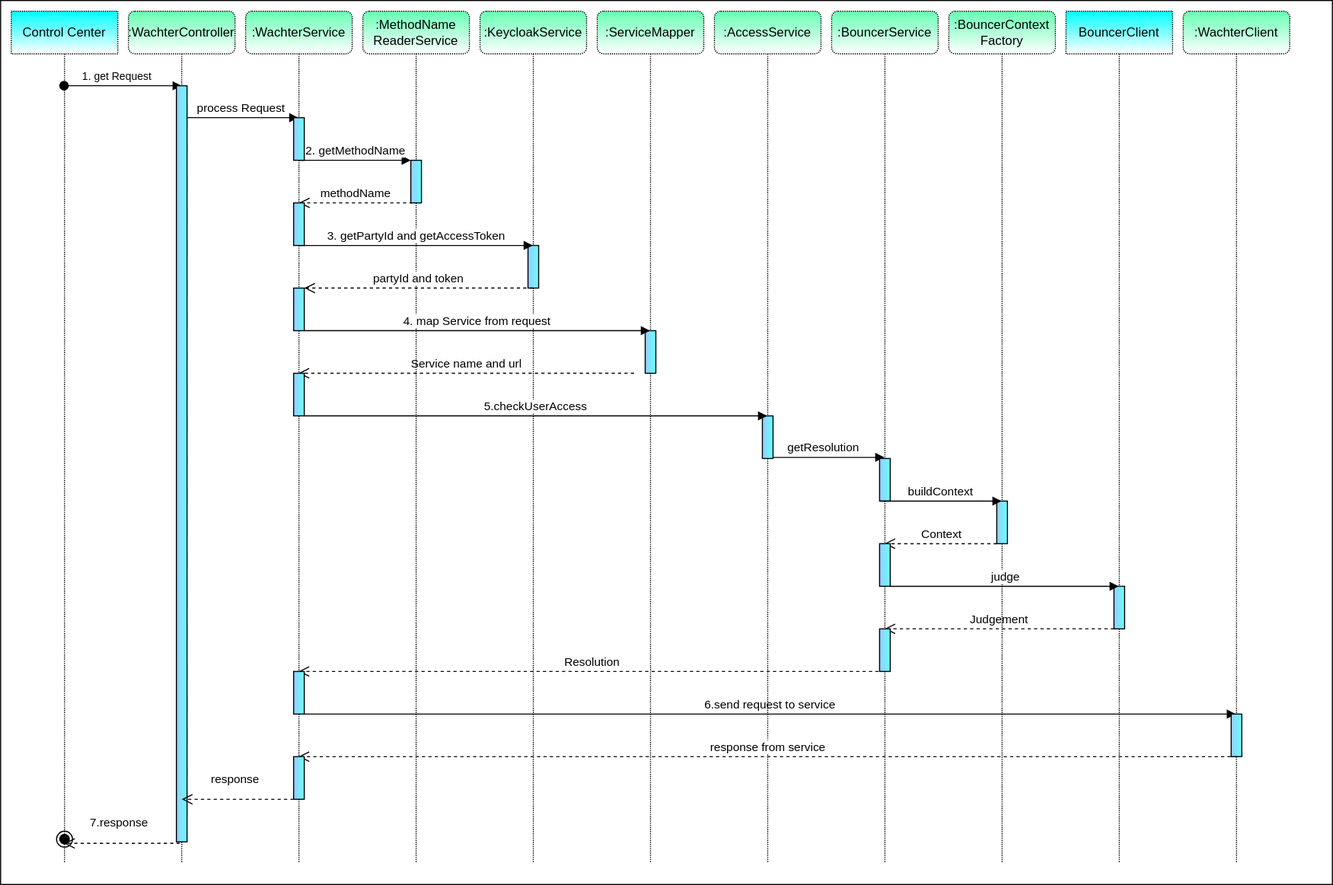
Above: doc/diagram-wachter.svg in valitydev/wachter (draw.io), before the change. Source tidied: cells renumbered, new cells last; positions are measured from the earlier drawing's top-left corner, leaving out a move shared by most shapes.
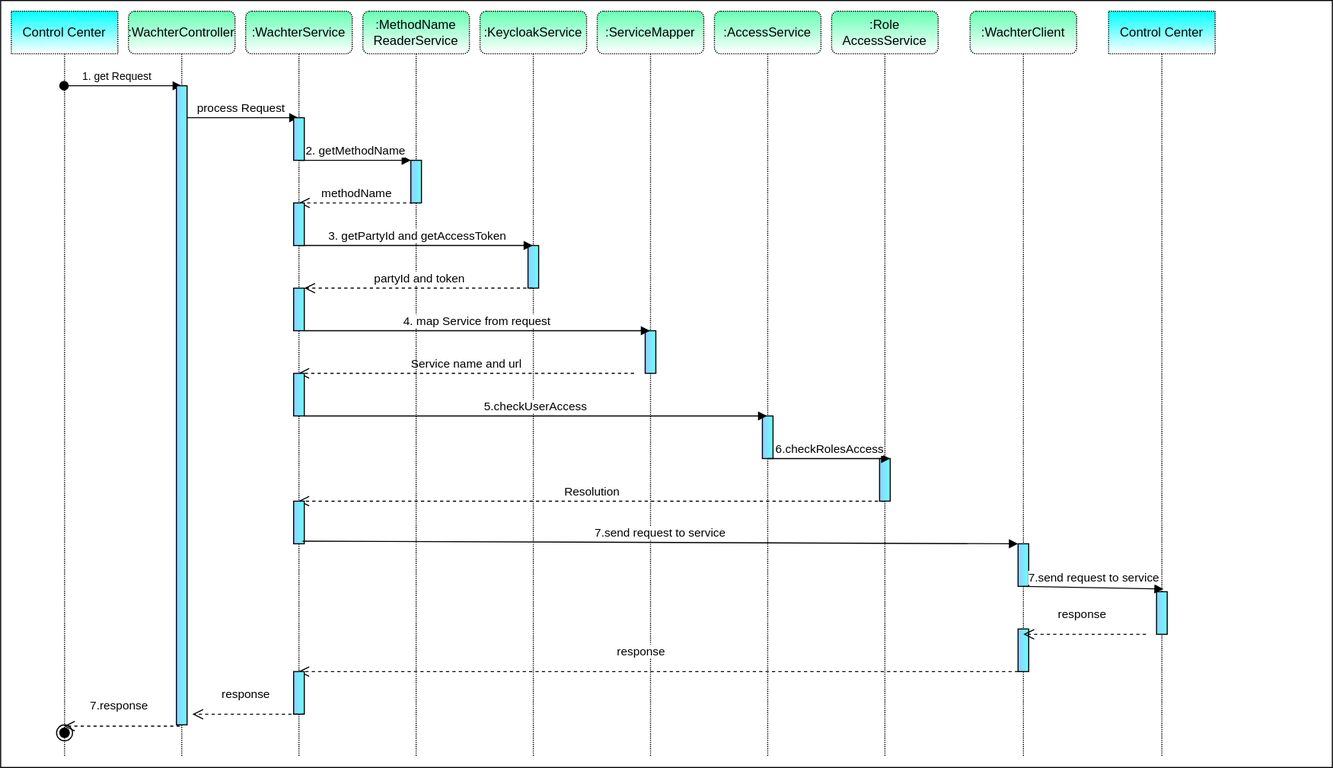
Later version of the same file.

Commit message:
OPS-176: Upd readme

Diff of the diagram source:
```diff
@@ -3,30 +3,28 @@
     <mxCell id="0" />
     <mxCell id="1" parent="0" />
     <mxCell id="2" style="rounded=0;whiteSpace=wrap;html=1;strokeColor=default;" parent="1" vertex="1">
-      <mxGeometry width="1250" height="830" as="geometry" />
+      <mxGeometry width="1250" height="720" as="geometry" />
     </mxCell>
     <mxCell id="3" value=":ServiceMapper" style="shape=umlLifeline;perimeter=lifelinePerimeter;whiteSpace=wrap;html=1;outlineConnect=0;fillColor=#66FFB3;gradientColor=#ffffff;rounded=1;dashed=1;dashPattern=1 1;" parent="1" vertex="1">
-      <mxGeometry x="560" y="10" width="100" height="800" as="geometry" />
+      <mxGeometry x="560" y="10" width="100" height="700" as="geometry" />
     </mxCell>
     <mxCell id="4" style="html=1;perimeter=orthogonalPerimeter;fillColor=#99CCFF;gradientColor=#66FFFF;gradientDirection=east;" parent="3" vertex="1">
       <mxGeometry x="45" y="300" width="10" height="40" as="geometry" />
     </mxCell>
-    <mxCell id="5" value="6.send request to service" style="html=1;verticalAlign=bottom;endArrow=block;" parent="3" edge="1" target="6">
-      <mxGeometry relative="1" as="geometry">
-        <mxPoint x="-275" y="660" as="sourcePoint" />
-      </mxGeometry>
-    </mxCell>
     <mxCell id="6" value=":WachterClient" style="shape=umlLifeline;perimeter=lifelinePerimeter;whiteSpace=wrap;html=1;outlineConnect=0;fillColor=#66FFB3;gradientColor=#ffffff;strokeWidth=1;perimeterSpacing=0;rounded=1;shadow=0;glass=0;dashed=1;dashPattern=1 1;" parent="1" vertex="1">
-      <mxGeometry x="1110" y="10" width="100" height="800" as="geometry" />
+      <mxGeometry x="910" y="10" width="100" height="700" as="geometry" />
     </mxCell>
-    <mxCell id="7" value="getResolution" style="html=1;verticalAlign=bottom;endArrow=block;" parent="6" edge="1" target="24">
-      <mxGeometry relative="1" as="geometry">
-        <mxPoint x="-395" y="419" as="sourcePoint" />
-      </mxGeometry>
-    </mxCell>
     <mxCell id="8" style="html=1;points=[];perimeter=orthogonalPerimeter;fillColor=#99CCFF;gradientDirection=east;gradientColor=#66FFFF;" parent="6" vertex="1">
-      <mxGeometry x="45" y="660" width="10" height="40" as="geometry" />
+      <mxGeometry x="45" y="500" width="10" height="40" as="geometry" />
     </mxCell>
+    <mxCell id="51" style="html=1;points=[];perimeter=orthogonalPerimeter;fillColor=#99CCFF;gradientDirection=east;gradientColor=#66FFFF;" parent="6" vertex="1">
+      <mxGeometry x="45" y="580" width="10" height="40" as="geometry" />
+    </mxCell>
+    <mxCell id="52" value="response" style="html=1;verticalAlign=bottom;endArrow=open;dashed=1;endSize=8;" parent="6" edge="1" target="37">
+      <mxGeometry x="0.05" y="-10" relative="1" as="geometry">
+        <mxPoint x="45" y="620" as="sourcePoint" />
+      </mxGeometry>
+    </mxCell>
     <mxCell id="9" value="process Request&amp;nbsp;" style="html=1;verticalAlign=bottom;endArrow=block;" parent="1" edge="1" target="37">
       <mxGeometry relative="1" as="geometry">
         <mxPoint x="175" y="110" as="sourcePoint" />
@@ -40,76 +38,31 @@
         <mxPoint x="170" y="80" as="targetPoint" />
       </mxGeometry>
     </mxCell>
-    <mxCell id="11" value="BouncerClient" style="shape=umlLifeline;perimeter=lifelinePerimeter;whiteSpace=wrap;html=1;outlineConnect=0;fillColor=#00FFFF;gradientColor=#ffffff;dashed=1;dashPattern=1 1;" parent="1" vertex="1">
-      <mxGeometry x="1000" y="10" width="100" height="800" as="geometry" />
-    </mxCell>
-    <mxCell id="12" style="html=1;perimeter=orthogonalPerimeter;fillColor=#99CCFF;gradientColor=#66FFFF;gradientDirection=east;" parent="11" vertex="1">
-      <mxGeometry x="45" y="540" width="10" height="40" as="geometry" />
-    </mxCell>
-    <mxCell id="13" value="Judgement" style="html=1;verticalAlign=bottom;endArrow=open;dashed=1;endSize=8;" parent="11" edge="1" target="24">
-      <mxGeometry relative="1" as="geometry">
-        <mxPoint x="45" y="580" as="sourcePoint" />
-      </mxGeometry>
-    </mxCell>
     <mxCell id="14" value=":AccessService" style="shape=umlLifeline;perimeter=lifelinePerimeter;whiteSpace=wrap;html=1;outlineConnect=0;fillColor=#66FFB3;gradientColor=#ffffff;rounded=1;dashed=1;dashPattern=1 1;" parent="1" vertex="1">
-      <mxGeometry x="670" y="10" width="100" height="800" as="geometry" />
+      <mxGeometry x="670" y="10" width="100" height="700" as="geometry" />
     </mxCell>
     <mxCell id="15" style="html=1;perimeter=orthogonalPerimeter;fillColor=#99CCFF;gradientColor=#66FFFF;gradientDirection=east;" parent="14" vertex="1">
       <mxGeometry x="45" y="380" width="10" height="40" as="geometry" />
     </mxCell>
-    <mxCell id="16" value=":BouncerContext&lt;br&gt;Factory" style="shape=umlLifeline;perimeter=lifelinePerimeter;whiteSpace=wrap;html=1;fillColor=#66FFB3;gradientColor=#ffffff;rounded=1;dashed=1;dashPattern=1 1;" parent="1" vertex="1">
-      <mxGeometry x="890" y="10" width="100" height="800" as="geometry" />
-    </mxCell>
-    <mxCell id="17" style="html=1;perimeter=orthogonalPerimeter;fillColor=#99CCFF;gradientColor=#66FFFF;gradientDirection=east;" parent="16" vertex="1">
-      <mxGeometry x="45" y="460" width="10" height="40" as="geometry" />
-    </mxCell>
-    <mxCell id="18" value="judge" style="html=1;verticalAlign=bottom;endArrow=block;" parent="16" edge="1" target="11">
-      <mxGeometry relative="1" as="geometry">
-        <mxPoint x="-55" y="540" as="sourcePoint" />
-      </mxGeometry>
-    </mxCell>
-    <mxCell id="19" value="response from service" style="html=1;verticalAlign=bottom;endArrow=open;dashed=1;endSize=8;exitX=0.5;exitY=1;exitDx=0;exitDy=0;exitPerimeter=0;" parent="16" edge="1" target="37">
-      <mxGeometry relative="1" as="geometry">
-        <mxPoint x="270.5" y="700" as="sourcePoint" />
-      </mxGeometry>
-    </mxCell>
-    <mxCell id="20" value="Resolution" style="html=1;verticalAlign=bottom;endArrow=open;dashed=1;endSize=8;exitX=0.5;exitY=1;exitDx=0;exitDy=0;exitPerimeter=0;" parent="1" edge="1" source="29" target="37">
-      <mxGeometry relative="1" as="geometry" />
+    <mxCell id="20" value="Resolution" style="html=1;verticalAlign=bottom;endArrow=open;dashed=1;endSize=8;" parent="1" edge="1" source="53" target="37">
+      <mxGeometry relative="1" as="geometry">
+        <Array as="points">
+          <mxPoint x="580" y="470" />
+          <mxPoint x="540" y="470" />
+        </Array>
+      </mxGeometry>
     </mxCell>
     <mxCell id="21" value="Control Center" style="shape=umlLifeline;perimeter=lifelinePerimeter;whiteSpace=wrap;html=1;outlineConnect=0;fillColor=#00FFFF;gradientColor=#ffffff;dashed=1;dashPattern=1 1;" parent="1" vertex="1">
-      <mxGeometry x="10" y="10" width="100" height="800" as="geometry" />
+      <mxGeometry x="10" y="10" width="100" height="700" as="geometry" />
     </mxCell>
     <mxCell id="22" style="ellipse;html=1;shape=endState;fillColor=#000000;strokeColor=default;" parent="21" vertex="1">
-      <mxGeometry x="42.5" y="770" width="15" height="15" as="geometry" />
+      <mxGeometry x="42.5" y="670" width="15" height="15" as="geometry" />
     </mxCell>
     <mxCell id="23" value="7.response" style="html=1;verticalAlign=bottom;endArrow=open;dashed=1;endSize=8;exitX=0.314;exitY=1.002;exitDx=0;exitDy=0;exitPerimeter=0;" parent="1" edge="1" source="49" target="21">
       <mxGeometry x="0.05" y="-10" relative="1" as="geometry" />
     </mxCell>
-    <mxCell id="24" value=":BouncerService" style="shape=umlLifeline;perimeter=lifelinePerimeter;whiteSpace=wrap;html=1;outlineConnect=0;fillColor=#66FFB3;gradientColor=#ffffff;rounded=1;dashed=1;dashPattern=1 1;" parent="1" vertex="1">
-      <mxGeometry x="780" y="10" width="100" height="800" as="geometry" />
-    </mxCell>
-    <mxCell id="25" style="html=1;perimeter=orthogonalPerimeter;fillColor=#99CCFF;gradientColor=#66FFFF;gradientDirection=east;" parent="24" vertex="1">
-      <mxGeometry x="45" y="420" width="10" height="40" as="geometry" />
-    </mxCell>
-    <mxCell id="26" value="buildContext" style="html=1;verticalAlign=bottom;endArrow=block;" parent="24" edge="1">
-      <mxGeometry relative="1" as="geometry">
-        <mxPoint x="45" y="460" as="sourcePoint" />
-        <mxPoint x="159.5" y="460" as="targetPoint" />
-      </mxGeometry>
-    </mxCell>
-    <mxCell id="27" value="Context" style="html=1;verticalAlign=bottom;endArrow=open;dashed=1;endSize=8;" parent="24" edge="1" target="24">
-      <mxGeometry relative="1" as="geometry">
-        <mxPoint x="155" y="500" as="sourcePoint" />
-      </mxGeometry>
-    </mxCell>
-    <mxCell id="28" style="html=1;perimeter=orthogonalPerimeter;fillColor=#99CCFF;gradientColor=#66FFFF;gradientDirection=east;" parent="24" vertex="1">
-      <mxGeometry x="45" y="500" width="10" height="40" as="geometry" />
-    </mxCell>
-    <mxCell id="29" style="html=1;points=[];perimeter=orthogonalPerimeter;fillColor=#99CCFF;gradientColor=#66FFFF;gradientDirection=east;" parent="24" vertex="1">
-      <mxGeometry x="45" y="580" width="10" height="40" as="geometry" />
-    </mxCell>
     <mxCell id="30" value=":KeycloakService" style="shape=umlLifeline;perimeter=lifelinePerimeter;whiteSpace=wrap;html=1;outlineConnect=0;fillColor=#66FFB3;gradientColor=#ffffff;rounded=1;dashed=1;dashPattern=1 1;" parent="1" vertex="1">
-      <mxGeometry x="450" y="10" width="100" height="800" as="geometry" />
+      <mxGeometry x="450" y="10" width="100" height="700" as="geometry" />
     </mxCell>
     <mxCell id="31" style="html=1;perimeter=orthogonalPerimeter;fillColor=#99CCFF;gradientDirection=east;gradientColor=#66FFFF;" parent="30" vertex="1">
       <mxGeometry x="45" y="220" width="10" height="40" as="geometry" />
@@ -120,7 +73,7 @@
       </mxGeometry>
     </mxCell>
     <mxCell id="33" value=":MethodName&lt;br&gt;ReaderService" style="shape=umlLifeline;perimeter=lifelinePerimeter;whiteSpace=wrap;html=1;fillColor=#66FFB3;gradientColor=#ffffff;rounded=1;dashed=1;dashPattern=1 1;" parent="1" vertex="1">
-      <mxGeometry x="340" y="10" width="100" height="800" as="geometry" />
+      <mxGeometry x="340" y="10" width="100" height="700" as="geometry" />
     </mxCell>
     <mxCell id="34" style="html=1;perimeter=orthogonalPerimeter;fillColor=#99CCFF;gradientDirection=east;gradientColor=#66FFFF;" parent="33" vertex="1">
       <mxGeometry x="45" y="140" width="10" height="40" as="geometry" />
@@ -137,7 +90,7 @@
       </mxGeometry>
     </mxCell>
     <mxCell id="37" value=":WachterService" style="shape=umlLifeline;perimeter=lifelinePerimeter;whiteSpace=wrap;html=1;outlineConnect=0;fillColor=#66FFB3;gradientColor=#ffffff;rounded=1;dashed=1;dashPattern=1 1;" parent="1" vertex="1">
-      <mxGeometry x="230" y="10" width="100" height="800" as="geometry" />
+      <mxGeometry x="230" y="10" width="100" height="700" as="geometry" />
     </mxCell>
     <mxCell id="38" style="html=1;perimeter=orthogonalPerimeter;fillColor=#99CCFF;gradientDirection=east;gradientColor=#66FFFF;" parent="37" vertex="1">
       <mxGeometry x="45" y="100" width="10" height="40" as="geometry" />
@@ -173,22 +126,54 @@
       </mxGeometry>
     </mxCell>
     <mxCell id="46" style="html=1;points=[];perimeter=orthogonalPerimeter;fillColor=#99CCFF;gradientDirection=east;gradientColor=#66FFFF;" parent="37" vertex="1">
-      <mxGeometry x="45" y="620" width="10" height="40" as="geometry" />
+      <mxGeometry x="45" y="460" width="10" height="40" as="geometry" />
     </mxCell>
     <mxCell id="47" style="html=1;perimeter=orthogonalPerimeter;fillColor=#99CCFF;gradientDirection=east;gradientColor=#66FFFF;" parent="37" vertex="1">
-      <mxGeometry x="45" y="700" width="10" height="40" as="geometry" />
+      <mxGeometry x="45" y="620" width="10" height="40" as="geometry" />
     </mxCell>
+    <mxCell id="50" value="response" style="html=1;verticalAlign=bottom;endArrow=open;dashed=1;endSize=8;" parent="37" edge="1">
+      <mxGeometry x="0.05" y="-10" relative="1" as="geometry">
+        <mxPoint x="55" y="660" as="sourcePoint" />
+        <mxPoint x="-50" y="660" as="targetPoint" />
+      </mxGeometry>
+    </mxCell>
     <mxCell id="48" value=":WachterController" style="shape=umlLifeline;perimeter=lifelinePerimeter;whiteSpace=wrap;html=1;fillColor=#66FFB3;gradientColor=#ffffff;rounded=1;dashed=1;dashPattern=1 1;" parent="1" vertex="1">
-      <mxGeometry x="120" y="10" width="100" height="800" as="geometry" />
+      <mxGeometry x="120" y="10" width="100" height="700" as="geometry" />
     </mxCell>
     <mxCell id="49" style="html=1;points=[];perimeter=orthogonalPerimeter;fillColor=#99CCFF;gradientColor=#66FFFF;gradientDirection=east;" parent="48" vertex="1">
-      <mxGeometry x="45" y="70" width="10" height="710" as="geometry" />
+      <mxGeometry x="45" y="70" width="10" height="600" as="geometry" />
     </mxCell>
-    <mxCell id="50" value="response" style="html=1;verticalAlign=bottom;endArrow=open;dashed=1;endSize=8;" parent="48" edge="1">
-      <mxGeometry x="0.05" y="-10" relative="1" as="geometry">
-        <mxPoint x="155" y="740" as="sourcePoint" />
-        <mxPoint x="50" y="740" as="targetPoint" />
-      </mxGeometry>
-    </mxCell>
+    <mxCell id="53" value=":Role&lt;br&gt;AccessService" style="shape=umlLifeline;perimeter=lifelinePerimeter;whiteSpace=wrap;html=1;outlineConnect=0;fillColor=#66FFB3;gradientColor=#ffffff;rounded=1;dashed=1;dashPattern=1 1;" parent="1" vertex="1">
+      <mxGeometry x="780" y="10" width="100" height="700" as="geometry" />
+    </mxCell>
+    <mxCell id="25" style="html=1;perimeter=orthogonalPerimeter;fillColor=#99CCFF;gradientColor=#66FFFF;gradientDirection=east;" parent="53" vertex="1">
+      <mxGeometry x="45" y="420" width="10" height="40" as="geometry" />
+    </mxCell>
+    <mxCell id="7" value="6.checkRolesAccess" style="html=1;verticalAlign=bottom;endArrow=block;" parent="53" edge="1">
+      <mxGeometry relative="1" as="geometry">
+        <mxPoint x="-59.5" y="420" as="sourcePoint" />
+        <mxPoint x="55" y="420" as="targetPoint" />
+      </mxGeometry>
+    </mxCell>
+    <mxCell id="5" value="7.send request to service" style="html=1;verticalAlign=bottom;endArrow=block;exitX=0.85;exitY=0.938;exitDx=0;exitDy=0;exitPerimeter=0;" parent="1" edge="1" source="46" target="8">
+      <mxGeometry relative="1" as="geometry" />
+    </mxCell>
+    <mxCell id="54" value="Control Center" style="shape=umlLifeline;perimeter=lifelinePerimeter;whiteSpace=wrap;html=1;fillColor=#00FFFF;gradientColor=#ffffff;dashed=1;dashPattern=1 1;" parent="1" vertex="1">
+      <mxGeometry x="1040" y="10" width="100" height="700" as="geometry" />
+    </mxCell>
+    <mxCell id="55" style="html=1;perimeter=orthogonalPerimeter;fillColor=#99CCFF;gradientDirection=east;gradientColor=#66FFFF;" parent="54" vertex="1">
+      <mxGeometry x="45" y="545" width="10" height="40" as="geometry" />
+    </mxCell>
+    <mxCell id="56" value="response" style="html=1;verticalAlign=bottom;endArrow=open;dashed=1;endSize=8;entryX=0.5;entryY=0.125;entryDx=0;entryDy=0;entryPerimeter=0;" parent="54" edge="1" target="51">
+      <mxGeometry x="0.05" y="-10" relative="1" as="geometry">
+        <mxPoint x="35" y="585" as="sourcePoint" />
+      </mxGeometry>
+    </mxCell>
+    <mxCell id="57" value="7.send request to service" style="html=1;verticalAlign=bottom;endArrow=block;" parent="1" edge="1">
+      <mxGeometry relative="1" as="geometry">
+        <mxPoint x="960" y="550" as="sourcePoint" />
+        <mxPoint x="1091.5" y="552.5" as="targetPoint" />
+      </mxGeometry>
+    </mxCell>
   </root>
 </mxGraphModel>
```
